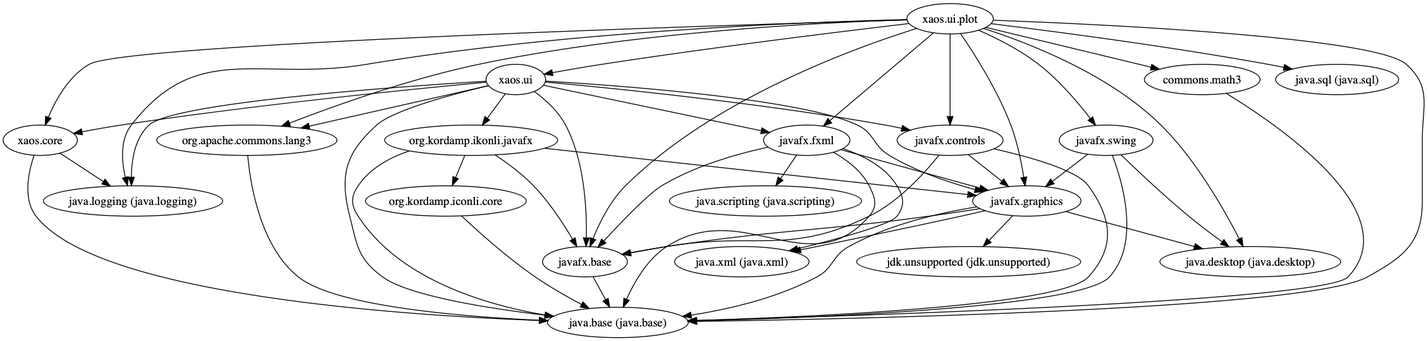
Before: xaos.ui.plot.module/doc/module-dependencies.png, a diagram exported from Graphviz (ESSICS/XAOS). Its source is kept beside it as xaos.ui.plot.module/doc/module-dependencies.dot.
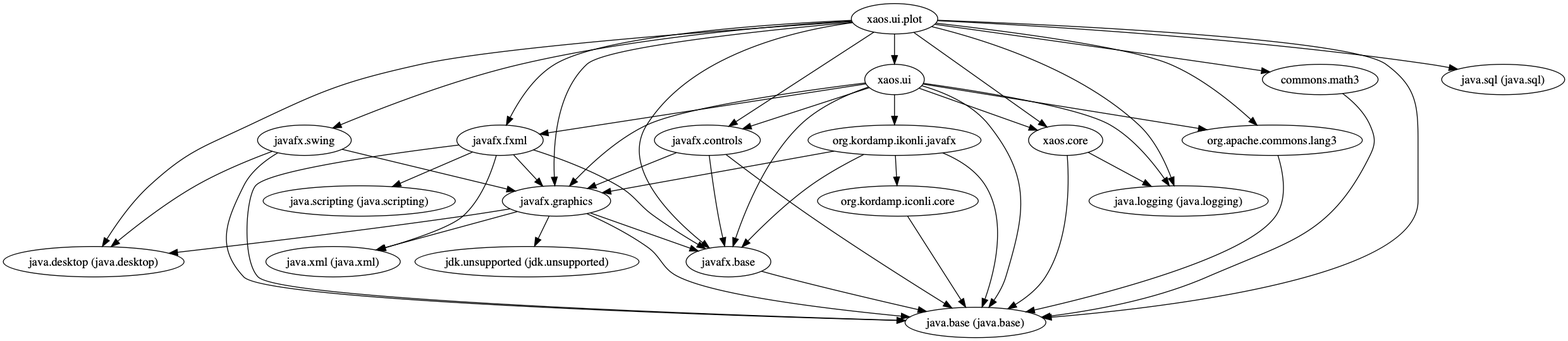
The same file after the commit.

Diff of the diagram source:
```diff
@@ -1,7 +1,7 @@
 digraph "summary" {
+  "org.apache.commons.lang3"                         -> "java.base (java.base)";
   "xaos.core"                                        -> "java.base (java.base)";
   "xaos.core"                                        -> "java.logging (java.logging)";
-  "org.apache.commons.lang3"                         -> "java.base (java.base)";
   "javafx.graphics"                                  -> "java.base (java.base)";
   "javafx.graphics"                                  -> "java.desktop (java.desktop)";
   "javafx.graphics"                                  -> "java.xml (java.xml)";
```
